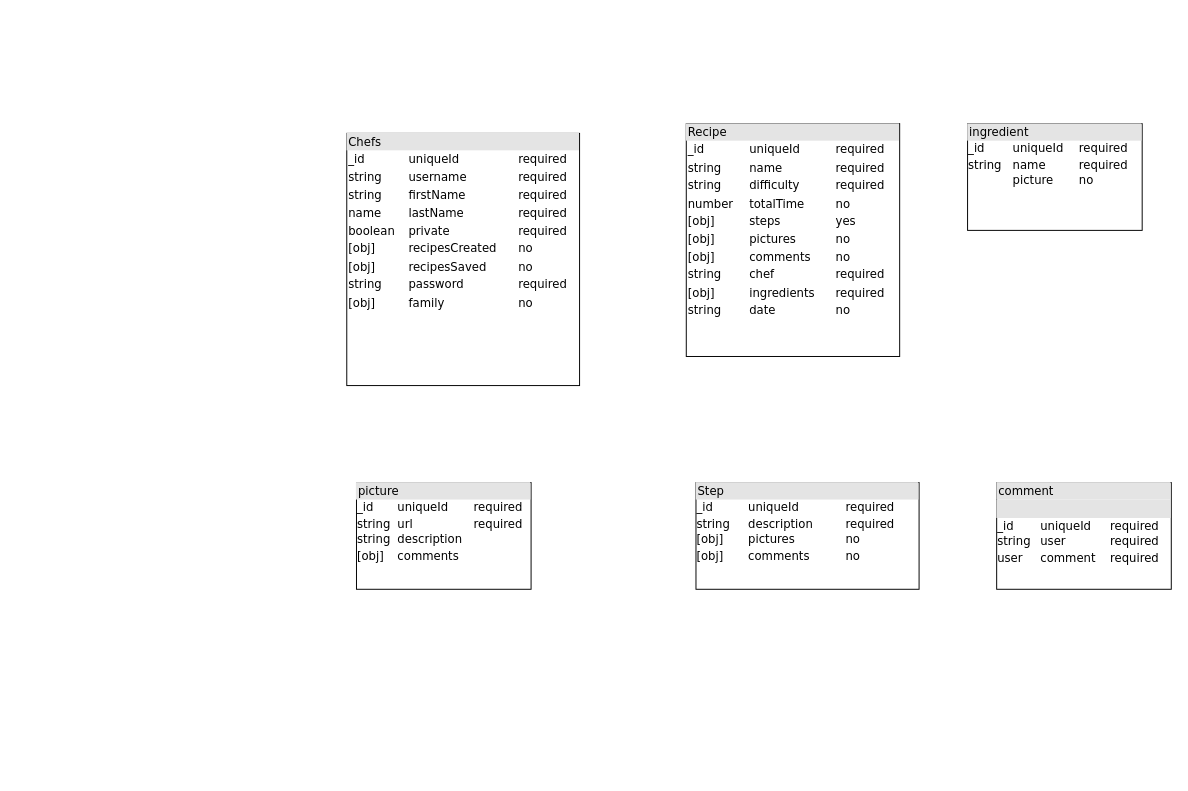
The draw.io diagram cookbooksite.drawio in barboa91/back-cook, before the edit. Source tidied: cells renumbered, new cells numbered last; positions are measured from the earlier drawing's top-left corner, leaving out a move shared by most shapes. Both pictures are drawn from the tidied source at 97%, with x=0, y=0 at pixel (346, 123).
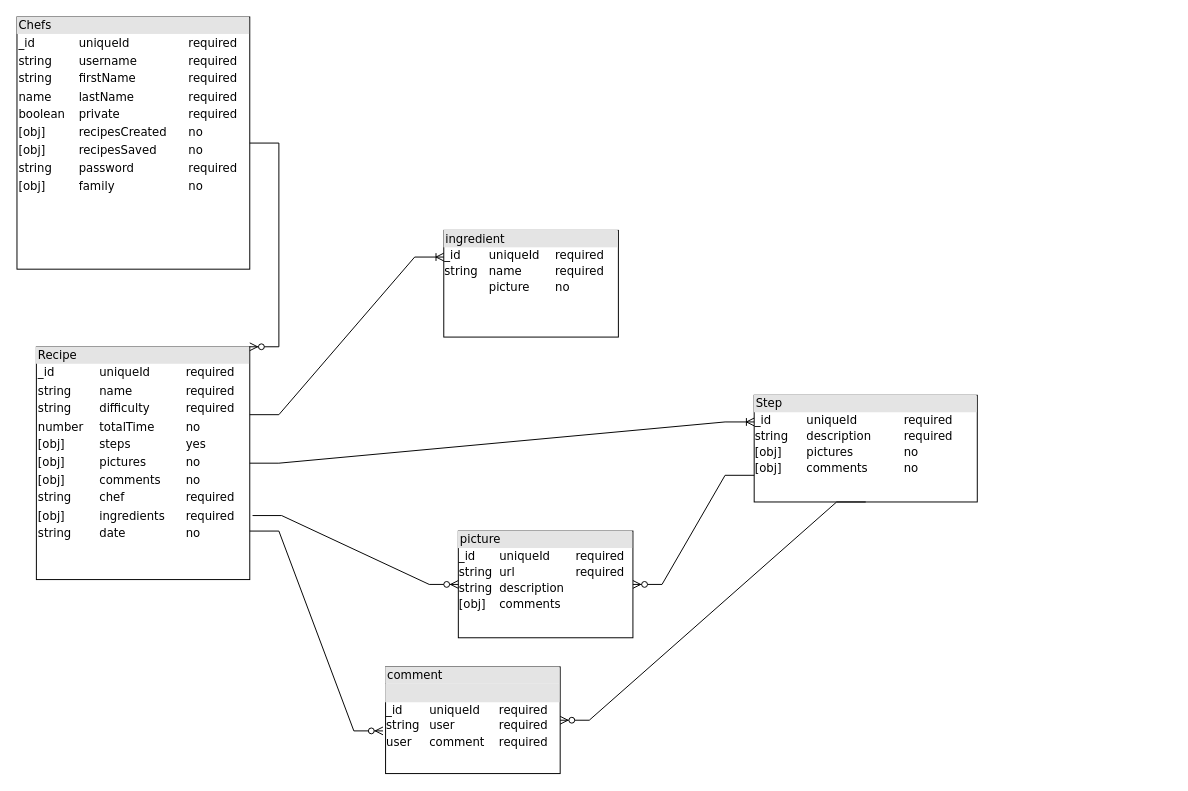
The same page after the edit.

Diff of the diagram source:
```diff
@@
 <mxGraphModel>
   <root>
     <mxCell id="0" />
     <mxCell id="1" parent="0" />
     <mxCell id="2" value="&lt;div style=&quot;box-sizing: border-box ; width: 100% ; background: #e4e4e4 ; padding: 2px&quot;&gt;Chefs&lt;/div&gt;&lt;table style=&quot;width: 100% ; font-size: 1em&quot; cellpadding=&quot;2&quot; cellspacing=&quot;0&quot;&gt;&lt;tbody&gt;&lt;tr&gt;&lt;td&gt;_id&lt;/td&gt;&lt;td&gt;uniqueId&lt;/td&gt;&lt;td&gt;required&lt;/td&gt;&lt;/tr&gt;&lt;tr&gt;&lt;td&gt;string&lt;/td&gt;&lt;td&gt;username&lt;/td&gt;&lt;td&gt;required&lt;br&gt;&lt;/td&gt;&lt;/tr&gt;&lt;tr&gt;&lt;td&gt;string&lt;/td&gt;&lt;td&gt;firstName&lt;/td&gt;&lt;td&gt;required&lt;br&gt;&lt;/td&gt;&lt;/tr&gt;&lt;tr&gt;&lt;td&gt;name&lt;/td&gt;&lt;td&gt;lastName&lt;br&gt;&lt;/td&gt;&lt;td&gt;required&lt;br&gt;&lt;/td&gt;&lt;/tr&gt;&lt;tr&gt;&lt;td&gt;boolean&lt;/td&gt;&lt;td&gt;private&lt;/td&gt;&lt;td&gt;required&lt;br&gt;&lt;/td&gt;&lt;/tr&gt;&lt;tr&gt;&lt;td&gt;[obj]&lt;br&gt;&lt;/td&gt;&lt;td&gt;recipesCreated&lt;/td&gt;&lt;td&gt;no&lt;/td&gt;&lt;/tr&gt;&lt;tr&gt;&lt;td&gt;[obj]&lt;br&gt;&lt;/td&gt;&lt;td&gt;recipesSaved&lt;/td&gt;&lt;td&gt;no&lt;/td&gt;&lt;/tr&gt;&lt;tr&gt;&lt;td&gt;string&lt;/td&gt;&lt;td&gt;password&lt;/td&gt;&lt;td&gt;required&lt;br&gt;&lt;/td&gt;&lt;/tr&gt;&lt;tr&gt;&lt;td&gt;[obj]&lt;br&gt;&lt;/td&gt;&lt;td&gt;family&lt;/td&gt;&lt;td&gt;no&lt;/td&gt;&lt;/tr&gt;&lt;/tbody&gt;&lt;/table&gt;" style="verticalAlign=top;align=left;overflow=fill;html=1;rounded=0;shadow=0;comic=0;labelBackgroundColor=none;strokeWidth=1;fontFamily=Verdana;fontSize=12;" parent="1" vertex="1">
-      <mxGeometry y="10" width="240" height="260" as="geometry" />
+      <mxGeometry x="-340" y="-110" width="240" height="260" as="geometry" />
     </mxCell>
     <mxCell id="3" value="&lt;div style=&quot;box-sizing: border-box ; width: 100% ; background: #e4e4e4 ; padding: 2px&quot;&gt;Recipe&lt;br&gt;&lt;/div&gt;&lt;table style=&quot;width: 100% ; font-size: 1em&quot; cellpadding=&quot;2&quot; cellspacing=&quot;0&quot;&gt;&lt;tbody&gt;&lt;tr&gt;&lt;td&gt;_id&lt;/td&gt;&lt;td&gt;uniqueId&lt;/td&gt;&lt;td&gt;required&lt;/td&gt;&lt;/tr&gt;&lt;tr&gt;&lt;td&gt;string&lt;/td&gt;&lt;td&gt;name&lt;/td&gt;&lt;td&gt;required&lt;br&gt;&lt;/td&gt;&lt;/tr&gt;&lt;tr&gt;&lt;td&gt;string&lt;br&gt;&lt;/td&gt;&lt;td&gt;difficulty&lt;/td&gt;&lt;td&gt;required&lt;br&gt;&lt;/td&gt;&lt;/tr&gt;&lt;tr&gt;&lt;td&gt;number&lt;/td&gt;&lt;td&gt;totalTime&lt;/td&gt;&lt;td&gt;no&lt;/td&gt;&lt;/tr&gt;&lt;tr&gt;&lt;td&gt;[obj]&lt;br&gt;&lt;/td&gt;&lt;td&gt;steps&lt;/td&gt;&lt;td&gt;yes&lt;/td&gt;&lt;/tr&gt;&lt;tr&gt;&lt;td&gt;[obj]&lt;br&gt;&lt;/td&gt;&lt;td&gt;pictures&lt;/td&gt;&lt;td&gt;no&lt;/td&gt;&lt;/tr&gt;&lt;tr&gt;&lt;td&gt;[obj]&lt;br&gt;&lt;/td&gt;&lt;td&gt;comments&lt;/td&gt;&lt;td&gt;no&lt;/td&gt;&lt;/tr&gt;&lt;tr&gt;&lt;td&gt;string&lt;/td&gt;&lt;td&gt;chef&lt;/td&gt;&lt;td&gt;required&lt;/td&gt;&lt;/tr&gt;&lt;tr&gt;&lt;td&gt;[obj]&lt;/td&gt;&lt;td&gt;ingredients&lt;/td&gt;&lt;td&gt;required&lt;/td&gt;&lt;/tr&gt;&lt;tr&gt;&lt;td&gt;string&lt;/td&gt;&lt;td&gt;date&lt;/td&gt;&lt;td&gt;no&lt;/td&gt;&lt;/tr&gt;&lt;/tbody&gt;&lt;/table&gt;" style="verticalAlign=top;align=left;overflow=fill;html=1;rounded=0;shadow=0;comic=0;labelBackgroundColor=none;strokeWidth=1;fontFamily=Verdana;fontSize=12;" parent="1" vertex="1">
-      <mxGeometry x="350" width="220" height="240" as="geometry" />
+      <mxGeometry x="-320" y="230" width="220" height="240" as="geometry" />
     </mxCell>
     <mxCell id="4" value="&lt;div style=&quot;box-sizing: border-box ; width: 100% ; background: #e4e4e4 ; padding: 2px&quot;&gt;picture&lt;br&gt;&lt;/div&gt;&lt;table style=&quot;width: 100% ; font-size: 1em&quot; cellpadding=&quot;1&quot; cellspacing=&quot;0&quot;&gt;&lt;tbody&gt;&lt;tr&gt;&lt;td&gt;_id&lt;/td&gt;&lt;td&gt;uniqueId&lt;/td&gt;&lt;td&gt;required&lt;/td&gt;&lt;/tr&gt;&lt;tr&gt;&lt;td&gt;string&lt;/td&gt;&lt;td&gt;url&lt;/td&gt;&lt;td&gt;required&lt;/td&gt;&lt;/tr&gt;&lt;tr&gt;&lt;td&gt;string&lt;/td&gt;&lt;td&gt;description&lt;/td&gt;&lt;td&gt;&lt;br&gt;&lt;/td&gt;&lt;/tr&gt;&lt;tr&gt;&lt;td&gt;[obj]&lt;/td&gt;&lt;td&gt;comments&lt;/td&gt;&lt;td&gt;&lt;br&gt;&lt;/td&gt;&lt;/tr&gt;&lt;/tbody&gt;&lt;/table&gt;" style="verticalAlign=top;align=left;overflow=fill;html=1;rounded=0;shadow=0;comic=0;labelBackgroundColor=none;strokeWidth=1;fontFamily=Verdana;fontSize=12;" parent="1" vertex="1">
-      <mxGeometry x="10" y="370" width="180" height="110" as="geometry" />
+      <mxGeometry x="115" y="420" width="180" height="110" as="geometry" />
     </mxCell>
     <mxCell id="5" value="&lt;div style=&quot;box-sizing: border-box ; width: 100% ; background: #e4e4e4 ; padding: 2px&quot;&gt;comment&lt;br&gt;&lt;/div&gt;&lt;div style=&quot;box-sizing: border-box ; width: 100% ; background: #e4e4e4 ; padding: 2px&quot;&gt;&lt;br&gt;&lt;/div&gt;&lt;table style=&quot;width: 100% ; font-size: 1em&quot; cellpadding=&quot;1&quot; cellspacing=&quot;0&quot;&gt;&lt;tbody&gt;&lt;tr&gt;&lt;td&gt;_id&lt;/td&gt;&lt;td&gt;uniqueId&lt;/td&gt;&lt;td&gt;required&lt;/td&gt;&lt;/tr&gt;&lt;tr&gt;&lt;td&gt;string&lt;/td&gt;&lt;td&gt;user&lt;/td&gt;&lt;td&gt;required&lt;/td&gt;&lt;/tr&gt;&lt;tr&gt;&lt;td&gt;user&lt;/td&gt;&lt;td&gt;comment&lt;/td&gt;&lt;td&gt;required&lt;/td&gt;&lt;/tr&gt;&lt;tr&gt;&lt;td&gt;&lt;br&gt;&lt;/td&gt;&lt;td&gt;&lt;br&gt;&lt;/td&gt;&lt;td&gt;&lt;br&gt;&lt;/td&gt;&lt;/tr&gt;&lt;/tbody&gt;&lt;/table&gt;" style="verticalAlign=top;align=left;overflow=fill;html=1;rounded=0;shadow=0;comic=0;labelBackgroundColor=none;strokeWidth=1;fontFamily=Verdana;fontSize=12;" parent="1" vertex="1">
-      <mxGeometry x="670" y="370" width="180" height="110" as="geometry" />
+      <mxGeometry x="40" y="560" width="180" height="110" as="geometry" />
     </mxCell>
     <mxCell id="6" value="&lt;div style=&quot;box-sizing: border-box ; width: 100% ; background: #e4e4e4 ; padding: 2px&quot;&gt;Step&lt;/div&gt;&lt;table style=&quot;width: 100% ; font-size: 1em&quot; cellpadding=&quot;1&quot; cellspacing=&quot;0&quot;&gt;&lt;tbody&gt;&lt;tr&gt;&lt;td&gt;_id&lt;/td&gt;&lt;td&gt;uniqueId&lt;/td&gt;&lt;td&gt;required&lt;/td&gt;&lt;/tr&gt;&lt;tr&gt;&lt;td&gt;string&lt;/td&gt;&lt;td&gt;description&lt;/td&gt;&lt;td&gt;required&lt;/td&gt;&lt;/tr&gt;&lt;tr&gt;&lt;td&gt;[obj]&lt;/td&gt;&lt;td&gt;pictures&lt;/td&gt;&lt;td&gt;no&lt;/td&gt;&lt;/tr&gt;&lt;tr&gt;&lt;td&gt;[obj]&lt;br&gt;&lt;/td&gt;&lt;td&gt;comments&lt;/td&gt;&lt;td&gt;no&lt;/td&gt;&lt;/tr&gt;&lt;/tbody&gt;&lt;/table&gt;" style="verticalAlign=top;align=left;overflow=fill;html=1;rounded=0;shadow=0;comic=0;labelBackgroundColor=none;strokeWidth=1;fontFamily=Verdana;fontSize=12;" parent="1" vertex="1">
-      <mxGeometry x="360" y="370" width="230" height="110" as="geometry" />
+      <mxGeometry x="420" y="280" width="230" height="110" as="geometry" />
     </mxCell>
     <mxCell id="7" value="&lt;div style=&quot;box-sizing: border-box ; width: 100% ; background: #e4e4e4 ; padding: 2px&quot;&gt;ingredient&lt;/div&gt;&lt;table style=&quot;width: 100% ; font-size: 1em&quot; cellpadding=&quot;1&quot; cellspacing=&quot;0&quot;&gt;&lt;tbody&gt;&lt;tr&gt;&lt;td&gt;_id&lt;/td&gt;&lt;td&gt;uniqueId&lt;/td&gt;&lt;td&gt;required&lt;/td&gt;&lt;/tr&gt;&lt;tr&gt;&lt;td&gt;string&lt;/td&gt;&lt;td&gt;name&lt;/td&gt;&lt;td&gt;required&lt;/td&gt;&lt;/tr&gt;&lt;tr&gt;&lt;td&gt;&lt;br&gt;&lt;/td&gt;&lt;td&gt;picture&lt;/td&gt;&lt;td&gt;no&lt;/td&gt;&lt;/tr&gt;&lt;tr&gt;&lt;td&gt;&lt;br&gt;&lt;/td&gt;&lt;td&gt;&lt;br&gt;&lt;/td&gt;&lt;td&gt;&lt;br&gt;&lt;/td&gt;&lt;/tr&gt;&lt;/tbody&gt;&lt;/table&gt;" style="verticalAlign=top;align=left;overflow=fill;html=1;rounded=0;shadow=0;comic=0;labelBackgroundColor=none;strokeWidth=1;fontFamily=Verdana;fontSize=12;" parent="1" vertex="1">
-      <mxGeometry x="640" width="180" height="110" as="geometry" />
+      <mxGeometry x="100" y="110" width="180" height="110" as="geometry" />
     </mxCell>
+    <mxCell id="8" style="edgeStyle=entityRelationEdgeStyle;fontSize=12;html=1;endArrow=ERzeroToMany;endFill=1;rounded=0;entryX=1;entryY=0;entryDx=0;entryDy=0;" parent="1" edge="1" source="2" target="3">
+      <mxGeometry relative="1" as="geometry" />
+    </mxCell>
+    <mxCell id="9" style="edgeStyle=entityRelationEdgeStyle;fontSize=12;html=1;endArrow=ERoneToMany;rounded=0;entryX=0;entryY=0.25;entryDx=0;entryDy=0;" parent="1" edge="1" target="7">
+      <mxGeometry relative="1" as="geometry">
+        <mxPoint x="-100" y="300" as="sourcePoint" />
+      </mxGeometry>
+    </mxCell>
+    <mxCell id="10" style="edgeStyle=entityRelationEdgeStyle;fontSize=12;html=1;endArrow=ERzeroToMany;endFill=1;rounded=0;entryX=-0.015;entryY=0.6;entryDx=0;entryDy=0;entryPerimeter=0;" parent="1" edge="1" target="5">
+      <mxGeometry relative="1" as="geometry">
+        <mxPoint x="-100" y="420" as="sourcePoint" />
+      </mxGeometry>
+    </mxCell>
+    <mxCell id="11" style="edgeStyle=entityRelationEdgeStyle;fontSize=12;html=1;endArrow=ERzeroToMany;endFill=1;rounded=0;exitX=1.013;exitY=0.725;exitDx=0;exitDy=0;exitPerimeter=0;entryX=0;entryY=0.5;entryDx=0;entryDy=0;" parent="1" edge="1" source="3" target="4">
+      <mxGeometry relative="1" as="geometry" />
+    </mxCell>
+    <mxCell id="12" style="edgeStyle=entityRelationEdgeStyle;fontSize=12;html=1;endArrow=ERoneToMany;rounded=0;entryX=0;entryY=0.25;entryDx=0;entryDy=0;exitX=1;exitY=0.5;exitDx=0;exitDy=0;" parent="1" edge="1" source="3" target="6">
+      <mxGeometry relative="1" as="geometry" />
+    </mxCell>
+    <mxCell id="13" style="edgeStyle=entityRelationEdgeStyle;fontSize=12;html=1;endArrow=ERzeroToMany;endFill=1;rounded=0;exitX=0;exitY=0.75;exitDx=0;exitDy=0;entryX=1;entryY=0.5;entryDx=0;entryDy=0;" parent="1" edge="1" source="6" target="4">
+      <mxGeometry relative="1" as="geometry" />
+    </mxCell>
+    <mxCell id="14" style="edgeStyle=entityRelationEdgeStyle;fontSize=12;html=1;endArrow=ERzeroToMany;endFill=1;rounded=0;exitX=0.5;exitY=1;exitDx=0;exitDy=0;entryX=1;entryY=0.5;entryDx=0;entryDy=0;" parent="1" edge="1" source="6" target="5">
+      <mxGeometry relative="1" as="geometry" />
+    </mxCell>
   </root>
 </mxGraphModel>
```
